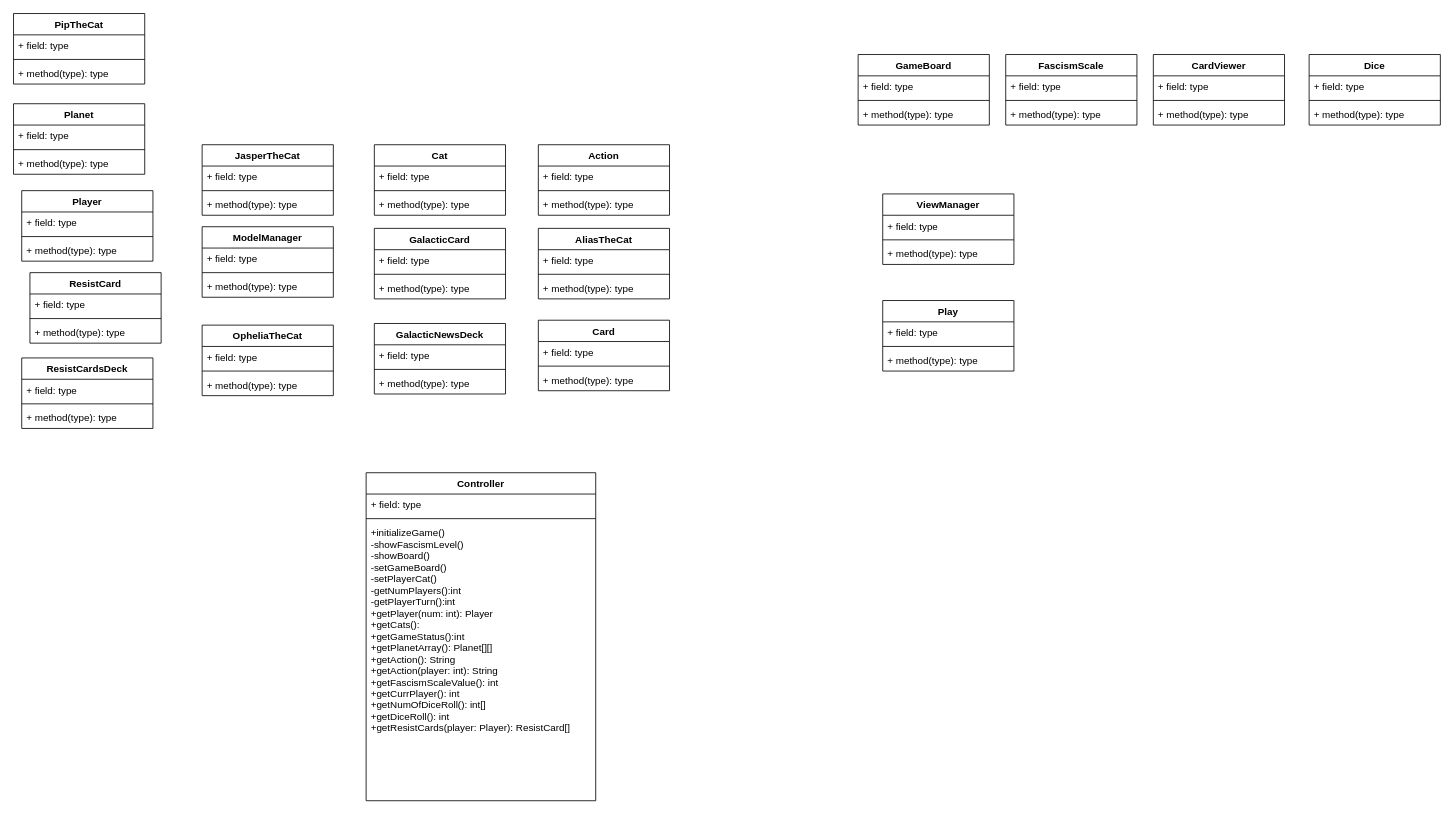
The draw.io diagram Untitled Diagram.drawio in littleVrunningaround/UML-Diagram, before the edit. Source tidied: cells renumbered, new cells numbered last; positions are measured from the earlier drawing's top-left corner, leaving out a move shared by most shapes. Both pictures are drawn from the tidied source at 82%, with x=0, y=0 at pixel (13, 13).
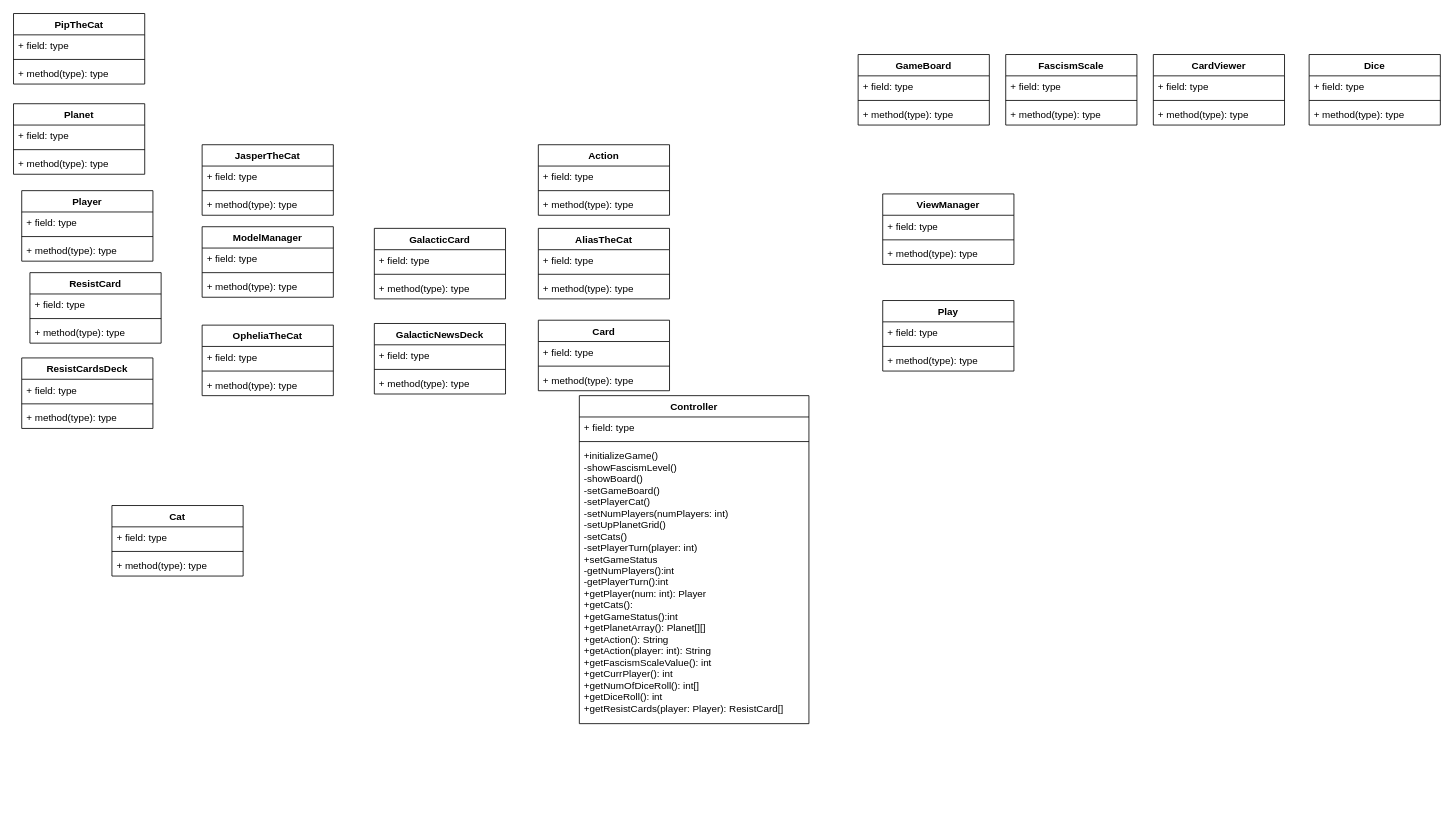
Above is the later version.

The edit, as a diff of the source:
```diff
@@
     <mxCell id="26" value="Controller" style="swimlane;fontStyle=1;align=center;verticalAlign=top;horizontal=1;startSize=26;" parent="1" vertex="1">
-      <mxGeometry x="430" y="560" width="280" height="400" as="geometry" />
+      <mxGeometry x="690" y="466" width="280" height="400" as="geometry" />
     </mxCell>
@@
-    <mxCell id="29" value="+initializeGame()&#10;-showFascismLevel()&#10;-showBoard()&#10;-setGameBoard()&#10;-setPlayerCat()&#10;-getNumPlayers():int&#10;-getPlayerTurn():int&#10;+getPlayer(num: int): Player&#10;+getCats(): &#10;+getGameStatus():int&#10;+getPlanetArray(): Planet[][]&#10;+getAction(): String&#10;+getAction(player: int): String&#10;+getFascismScaleValue(): int&#10;+getCurrPlayer(): int&#10;+getNumOfDiceRoll(): int[]&#10;+getDiceRoll(): int&#10;+getResistCards(player: Player): ResistCard[]&#10;" style="text;strokeColor=none;fillColor=none;align=left;verticalAlign=top;spacingLeft=4;spacingRight=4;overflow=hidden;" parent="26" vertex="1">
+    <mxCell id="29" value="+initializeGame()&#10;-showFascismLevel()&#10;-showBoard()&#10;-setGameBoard()&#10;-setPlayerCat()&#10;-setNumPlayers(numPlayers: int)&#10;-setUpPlanetGrid()&#10;-setCats()&#10;-setPlayerTurn(player: int)&#10;+setGameStatus&#10;-getNumPlayers():int&#10;-getPlayerTurn():int&#10;+getPlayer(num: int): Player&#10;+getCats(): &#10;+getGameStatus():int&#10;+getPlanetArray(): Planet[][]&#10;+getAction(): String&#10;+getAction(player: int): String&#10;+getFascismScaleValue(): int&#10;+getCurrPlayer(): int&#10;+getNumOfDiceRoll(): int[]&#10;+getDiceRoll(): int&#10;+getResistCards(player: Player): ResistCard[]&#10;" style="text;strokeColor=none;fillColor=none;align=left;verticalAlign=top;spacingLeft=4;spacingRight=4;overflow=hidden;" parent="26" vertex="1">
       <mxGeometry y="60" width="280" height="340" as="geometry" />
     </mxCell>
@@
     <mxCell id="46" value="Cat" style="swimlane;fontStyle=1;align=center;verticalAlign=top;horizontal=1;startSize=26;" parent="1" vertex="1">
-      <mxGeometry x="440" y="160" width="160" height="86" as="geometry" />
+      <mxGeometry x="120" y="600" width="160" height="86" as="geometry" />
     </mxCell>
```
